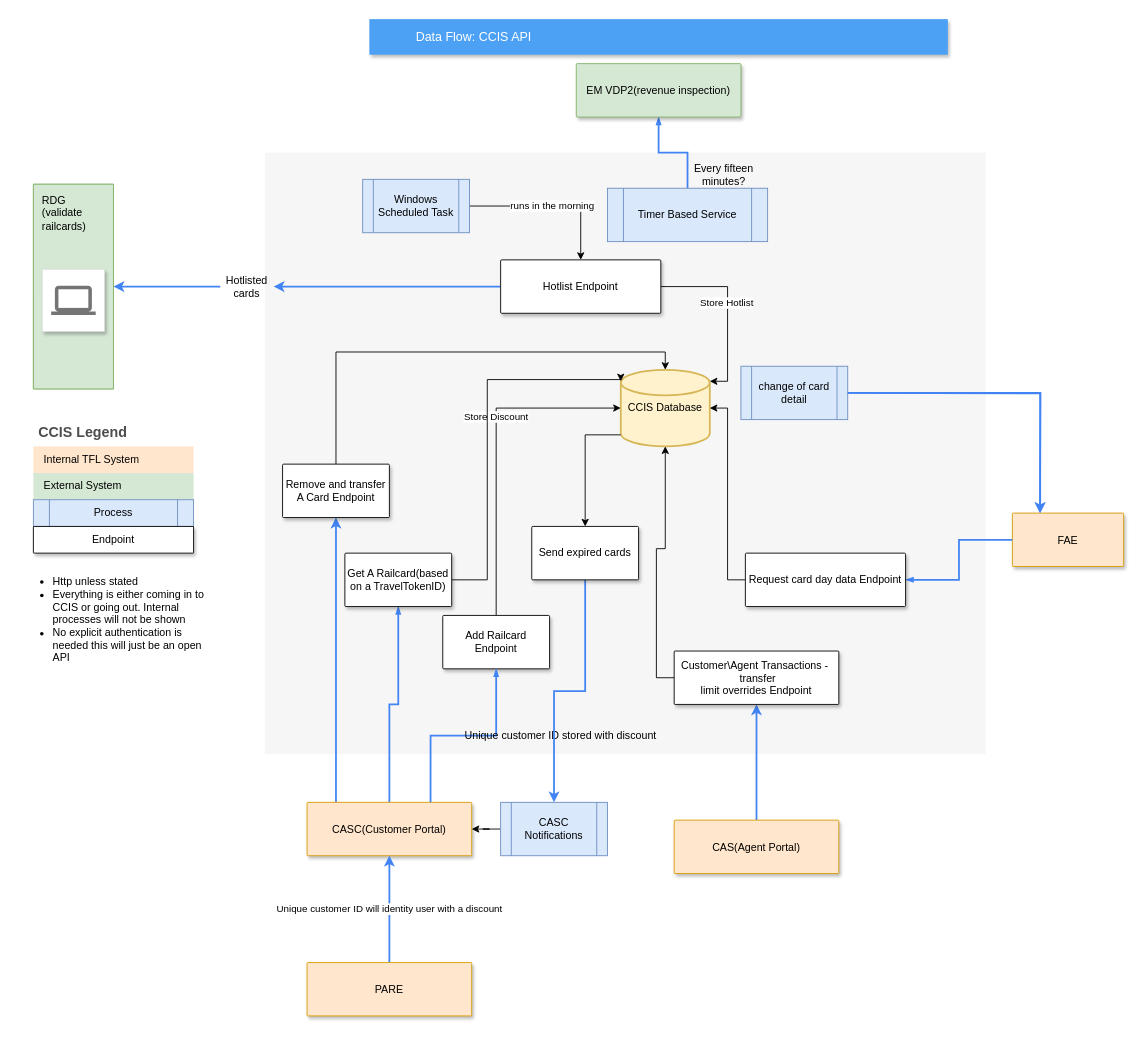
Above: CCIS-API.drawio in mattwatts36/drawings (draw.io), before the change. Source tidied: cells renumbered, new cells numbered last; positions are measured from the earlier drawing's top-left corner, leaving out a move shared by most shapes. Both pictures are drawn from the tidied source at 89%, with x=0, y=0 at pixel (15, 19).
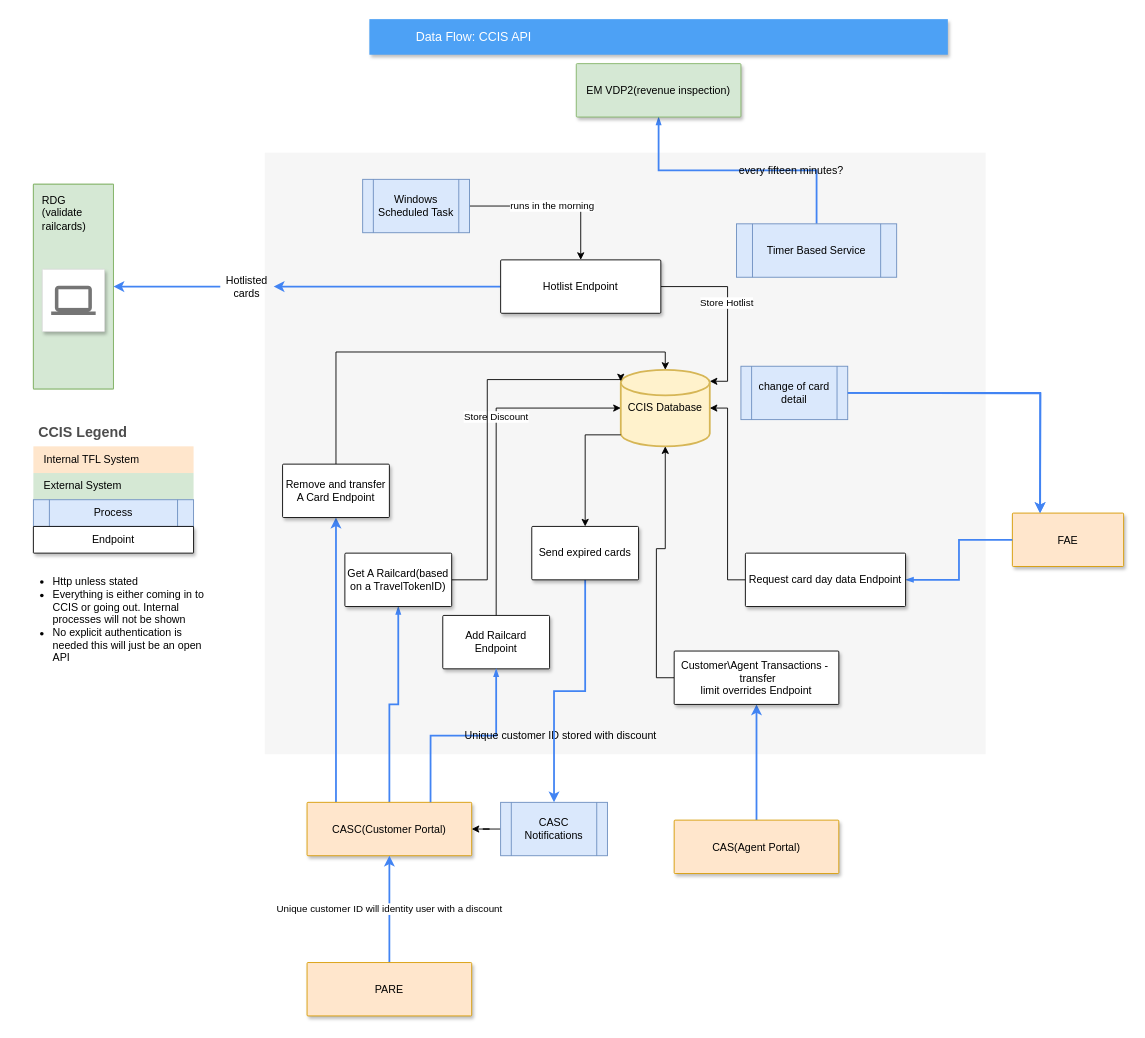
The same diagram, later.

Unchanged cells that the change refers to:
```xml
<mxCell id="5" value="EM VDP2(revenue inspection)" style="strokeColor=#82b366;shadow=1;strokeWidth=1;rounded=1;absoluteArcSize=1;arcSize=2;fillColor=#d5e8d4;" parent="1" vertex="1">
  <mxGeometry x="630" y="50" width="185" height="60" as="geometry" />
</mxCell>
```

Change to the diagram source:
```diff
@@
-    <mxCell id="4" style="edgeStyle=orthogonalEdgeStyle;rounded=0;jettySize=auto;html=1;entryX=0.5;entryY=1;entryDx=0;entryDy=0;exitX=0.5;exitY=0;exitDx=0;exitDy=0;dashed=0;strokeColor=#4284F3;strokeWidth=2;align=left;verticalAlign=middle;fontFamily=Helvetica;fontSize=12;fontColor=#000000;labelBackgroundColor=none;elbow=vertical;startFill=1;startSize=4;endArrow=blockThin;endFill=1;endSize=4;" parent="1" edge="1" source="38" target="5">
+    <mxCell id="4" value="every fifteen minutes?" style="edgeStyle=orthogonalEdgeStyle;rounded=0;jettySize=auto;html=1;entryX=0.5;entryY=1;entryDx=0;entryDy=0;exitX=0.5;exitY=0;exitDx=0;exitDy=0;dashed=0;strokeColor=#4284F3;strokeWidth=2;align=left;verticalAlign=middle;fontFamily=Helvetica;fontSize=12;fontColor=#000000;labelBackgroundColor=none;elbow=vertical;startFill=1;startSize=4;endArrow=blockThin;endFill=1;endSize=4;" parent="1" edge="1" source="38" target="5">
       <mxGeometry relative="1" as="geometry" />
     </mxCell>
@@
-    <mxCell id="25" value="Every fifteen minutes?" style="text;html=1;align=center;verticalAlign=middle;whiteSpace=wrap;rounded=0;" parent="1" vertex="1">
-      <mxGeometry x="747" y="160" width="98" height="30" as="geometry" />
-    </mxCell>
@@
     <mxCell id="38" value="Timer Based Service" style="shape=process;whiteSpace=wrap;html=1;backgroundOutline=1;fillColor=#dae8fc;strokeColor=#6c8ebf;" parent="1" vertex="1">
-      <mxGeometry x="665" y="190" width="180" height="60" as="geometry" />
+      <mxGeometry x="810" y="230" width="180" height="60" as="geometry" />
     </mxCell>
```
